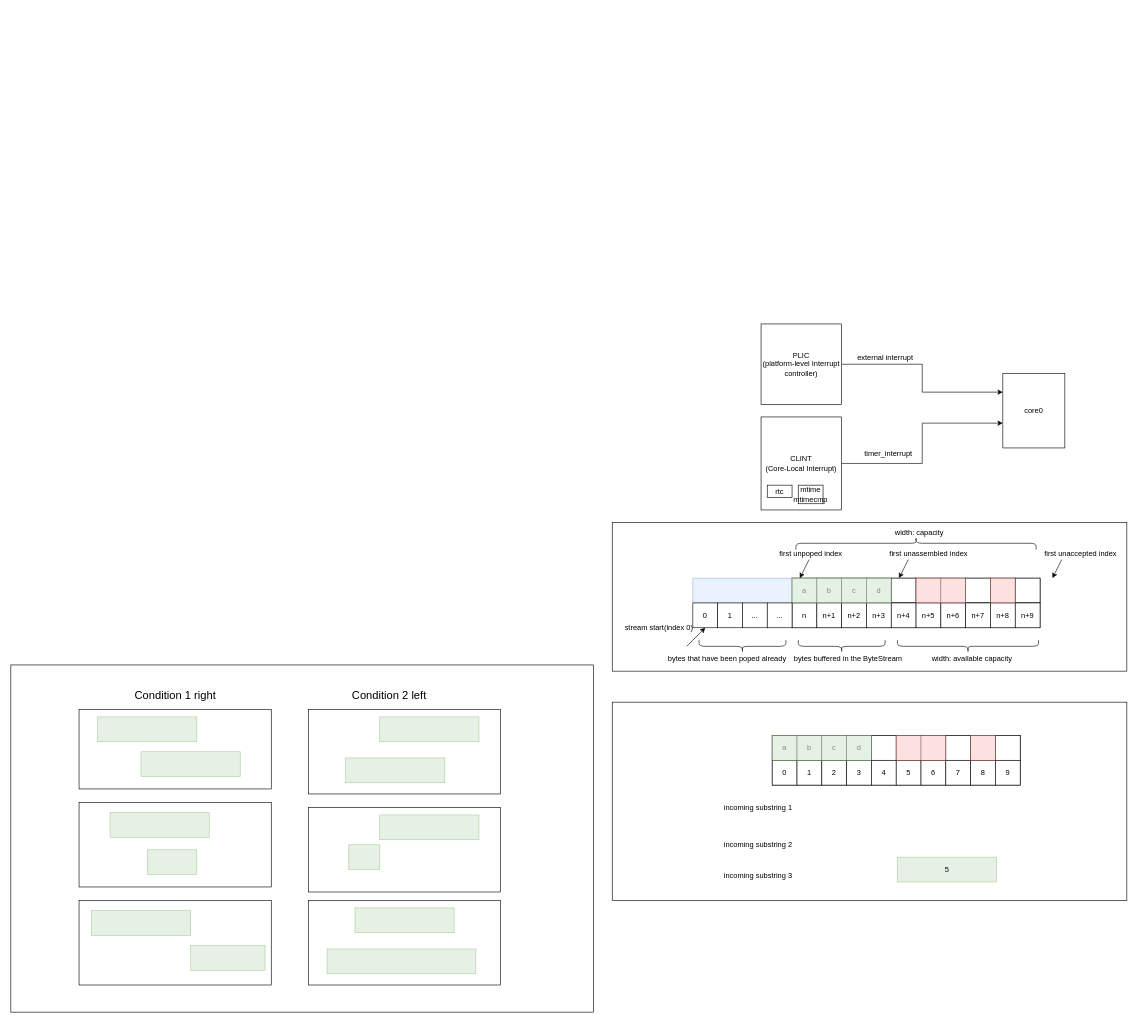
Earlier version of the draw.io diagram minddraw.drawio (Victor-zyy/blog). Source tidied: cells renumbered, new cells numbered last; positions are measured from the earlier drawing's top-left corner, leaving out a move shared by most shapes. Both pictures are drawn from the tidied source at 62%, with x=0, y=0 at pixel (11, 324).
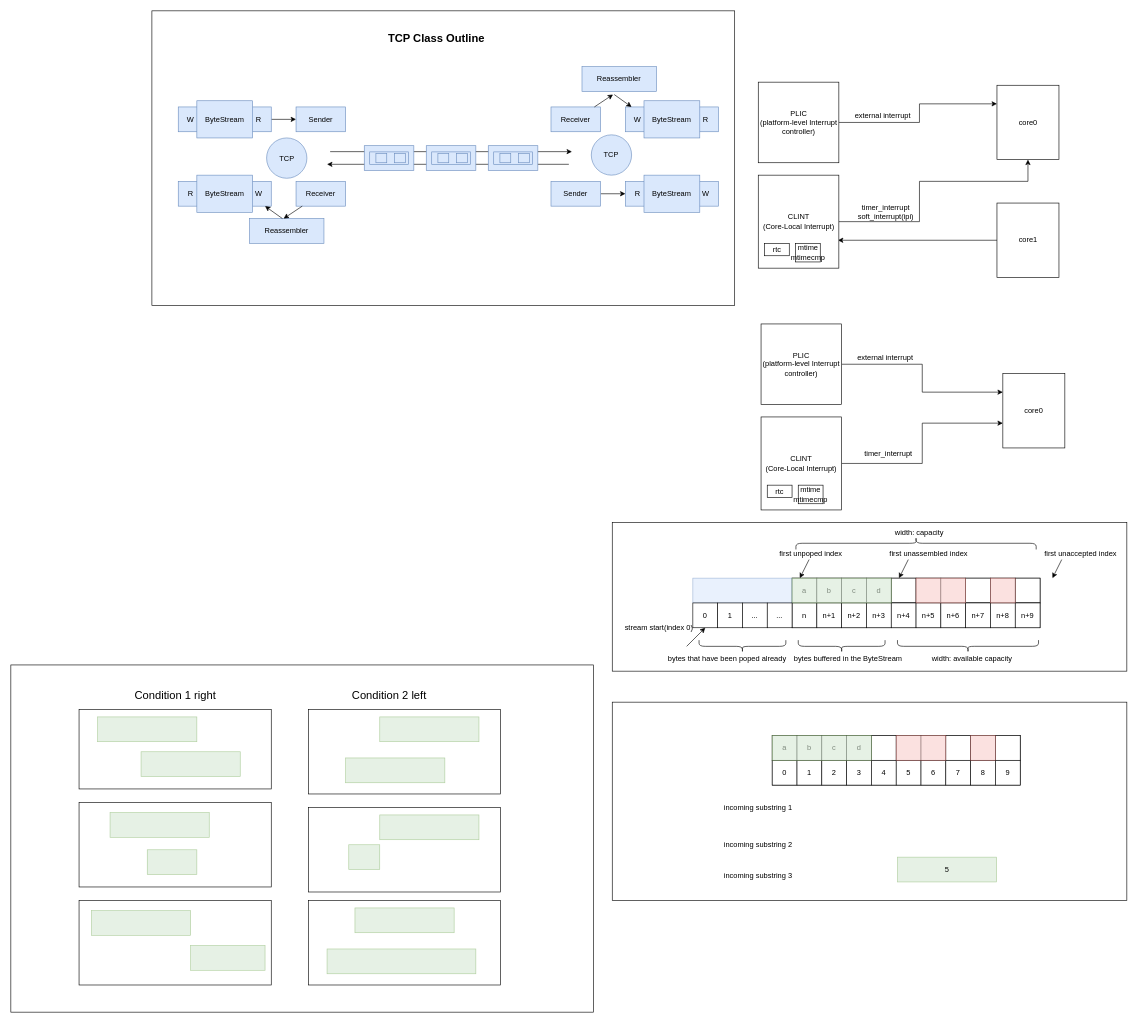
After the change.

The edit, as a diff of the source:
```diff
@@
+    <mxCell id="109" style="whiteSpace=wrap;html=1;" parent="1" vertex="1">
+      <mxGeometry x="227.5" y="-505" width="940" height="475" as="geometry" />
+    </mxCell>
@@
+    <mxCell id="110" style="edgeStyle=orthogonalEdgeStyle;rounded=0;jettySize=auto;html=1;" parent="1" edge="1" source="111">
+      <mxGeometry relative="1" as="geometry">
+        <mxPoint x="1334" y="-135" as="targetPoint" />
+        <Array as="points">
+          <mxPoint x="1334" y="-135" />
+        </Array>
+      </mxGeometry>
+    </mxCell>
+    <mxCell id="111" value="core1" style="whiteSpace=wrap;html=1;" parent="1" vertex="1">
+      <mxGeometry x="1590.5" y="-195" width="100" height="120" as="geometry" />
+    </mxCell>
+    <mxCell id="112" style="edgeStyle=orthogonalEdgeStyle;rounded=0;jettySize=auto;html=1;" parent="1" edge="1" source="113" target="116">
+      <mxGeometry relative="1" as="geometry">
+        <Array as="points">
+          <mxPoint x="1465.5" y="-165" />
+          <mxPoint x="1465.5" y="-230" />
+        </Array>
+      </mxGeometry>
+    </mxCell>
+    <mxCell id="113" value="CLINT&lt;br&gt;(Core-Local Interrupt)" style="whiteSpace=wrap;html=1;" parent="1" vertex="1">
+      <mxGeometry x="1205.5" y="-240" width="130" height="150" as="geometry" />
+    </mxCell>
+    <mxCell id="114" value="mtime&lt;br&gt;mtimecmp" style="rounded=0;whiteSpace=wrap;html=1;" parent="1" vertex="1">
+      <mxGeometry x="1265.5" y="-130" width="40" height="30" as="geometry" />
+    </mxCell>
+    <mxCell id="115" value="rtc" style="rounded=0;whiteSpace=wrap;html=1;" parent="1" vertex="1">
+      <mxGeometry x="1215.5" y="-130" width="40" height="20" as="geometry" />
+    </mxCell>
+    <mxCell id="116" value="core0" style="whiteSpace=wrap;html=1;" parent="1" vertex="1">
+      <mxGeometry x="1590.5" y="-385" width="100" height="120" as="geometry" />
+    </mxCell>
+    <mxCell id="117" value="timer_interrupt&lt;br&gt;soft_interrupt(ipi)" style="text;html=1;align=center;verticalAlign=middle;" parent="1" vertex="1">
+      <mxGeometry x="1355.5" y="-195" width="110" height="30" as="geometry" />
+    </mxCell>
+    <mxCell id="118" style="edgeStyle=orthogonalEdgeStyle;rounded=0;jettySize=auto;html=1;entryX=0;entryY=0.25;entryDx=0;entryDy=0;" parent="1" edge="1" source="119" target="116">
+      <mxGeometry relative="1" as="geometry">
+        <Array as="points">
+          <mxPoint x="1465.5" y="-325" />
+          <mxPoint x="1465.5" y="-355" />
+        </Array>
+      </mxGeometry>
+    </mxCell>
+    <mxCell id="119" value="PLIC&lt;br&gt;(platform-level Interrupt controller)" style="whiteSpace=wrap;html=1;" parent="1" vertex="1">
+      <mxGeometry x="1205.5" y="-390" width="130" height="130" as="geometry" />
+    </mxCell>
+    <mxCell id="120" value="external interrupt" style="text;html=1;align=center;verticalAlign=middle;" parent="1" vertex="1">
+      <mxGeometry x="1350.5" y="-345" width="110" height="20" as="geometry" />
+    </mxCell>
+    <mxCell id="121" value="W" style="whiteSpace=wrap;html=1;fillColor=#dae8fc;strokeColor=#6c8ebf;" parent="1" vertex="1">
+      <mxGeometry x="270" y="-350" width="40" height="40" as="geometry" />
+    </mxCell>
+    <mxCell id="122" style="edgeStyle=orthogonalEdgeStyle;rounded=0;jettySize=auto;html=1;" parent="1" edge="1" source="123" target="129">
+      <mxGeometry relative="1" as="geometry" />
+    </mxCell>
+    <mxCell id="123" value="R" style="whiteSpace=wrap;html=1;fillColor=#dae8fc;strokeColor=#6c8ebf;" parent="1" vertex="1">
+      <mxGeometry x="380" y="-350" width="40" height="40" as="geometry" />
+    </mxCell>
+    <mxCell id="124" value="ByteStream" style="rounded=0;whiteSpace=wrap;html=1;fillColor=#dae8fc;strokeColor=#6c8ebf;" parent="1" vertex="1">
+      <mxGeometry x="300" y="-360" width="90" height="60" as="geometry" />
+    </mxCell>
+    <mxCell id="125" value="R" style="whiteSpace=wrap;html=1;fillColor=#dae8fc;strokeColor=#6c8ebf;" parent="1" vertex="1">
+      <mxGeometry x="270" y="-230" width="40" height="40" as="geometry" />
+    </mxCell>
+    <mxCell id="126" value="W" style="whiteSpace=wrap;html=1;fillColor=#dae8fc;strokeColor=#6c8ebf;" parent="1" vertex="1">
+      <mxGeometry x="380" y="-230" width="40" height="40" as="geometry" />
+    </mxCell>
+    <mxCell id="127" value="ByteStream" style="rounded=0;whiteSpace=wrap;html=1;fillColor=#dae8fc;strokeColor=#6c8ebf;" parent="1" vertex="1">
+      <mxGeometry x="300" y="-240" width="90" height="60" as="geometry" />
+    </mxCell>
+    <mxCell id="128" value="Receiver" style="rounded=0;whiteSpace=wrap;html=1;fillColor=#dae8fc;strokeColor=#6c8ebf;" parent="1" vertex="1">
+      <mxGeometry x="460" y="-230" width="80" height="40" as="geometry" />
+    </mxCell>
+    <mxCell id="129" value="Sender" style="rounded=0;whiteSpace=wrap;html=1;fillColor=#dae8fc;strokeColor=#6c8ebf;" parent="1" vertex="1">
+      <mxGeometry x="460" y="-350" width="80" height="40" as="geometry" />
+    </mxCell>
+    <mxCell id="130" value="TCP" style="ellipse;whiteSpace=wrap;html=1;fillColor=#dae8fc;strokeColor=#6c8ebf;" parent="1" vertex="1">
+      <mxGeometry x="412.5" y="-300" width="65" height="65" as="geometry" />
+    </mxCell>
+    <mxCell id="131" value="Reassembler" style="rounded=0;whiteSpace=wrap;html=1;fillColor=#dae8fc;strokeColor=#6c8ebf;" parent="1" vertex="1">
+      <mxGeometry x="385" y="-170" width="120" height="40" as="geometry" />
+    </mxCell>
+    <mxCell id="132" style="endArrow=classic;html=1;" parent="1" edge="1">
+      <mxGeometry relative="1" as="geometry">
+        <mxPoint x="470" y="-190" as="sourcePoint" />
+        <mxPoint x="440" y="-170" as="targetPoint" />
+      </mxGeometry>
+    </mxCell>
+    <mxCell id="133" style="endArrow=classic;html=1;entryX=0.75;entryY=1;entryDx=0;entryDy=0;" parent="1" edge="1" target="126">
+      <mxGeometry relative="1" as="geometry">
+        <mxPoint x="438" y="-170" as="sourcePoint" />
+      </mxGeometry>
+    </mxCell>
+    <mxCell id="134" value="W" style="whiteSpace=wrap;html=1;fillColor=#dae8fc;strokeColor=#6c8ebf;" parent="1" vertex="1">
+      <mxGeometry x="991.2" y="-350" width="40" height="40" as="geometry" />
+    </mxCell>
+    <mxCell id="135" value="R" style="whiteSpace=wrap;html=1;fillColor=#dae8fc;strokeColor=#6c8ebf;" parent="1" vertex="1">
+      <mxGeometry x="1101.2" y="-350" width="40" height="40" as="geometry" />
+    </mxCell>
+    <mxCell id="136" value="ByteStream" style="rounded=0;whiteSpace=wrap;html=1;fillColor=#dae8fc;strokeColor=#6c8ebf;" parent="1" vertex="1">
+      <mxGeometry x="1021.2" y="-360" width="90" height="60" as="geometry" />
+    </mxCell>
+    <mxCell id="137" value="Receiver" style="rounded=0;whiteSpace=wrap;html=1;fillColor=#dae8fc;strokeColor=#6c8ebf;" parent="1" vertex="1">
+      <mxGeometry x="871.2" y="-350" width="80" height="40" as="geometry" />
+    </mxCell>
+    <mxCell id="138" value="Reassembler" style="rounded=0;whiteSpace=wrap;html=1;fillColor=#dae8fc;strokeColor=#6c8ebf;" parent="1" vertex="1">
+      <mxGeometry x="921.2" y="-415" width="120" height="40" as="geometry" />
+    </mxCell>
+    <mxCell id="139" style="endArrow=none;html=1;endFill=0;startArrow=classic;startFill=1;" parent="1" edge="1">
+      <mxGeometry relative="1" as="geometry">
+        <mxPoint x="971.2" y="-370" as="sourcePoint" />
+        <mxPoint x="941.2" y="-350" as="targetPoint" />
+      </mxGeometry>
+    </mxCell>
+    <mxCell id="140" style="endArrow=none;html=1;entryX=0.75;entryY=1;entryDx=0;entryDy=0;endFill=0;startArrow=classic;startFill=1;" parent="1" edge="1">
+      <mxGeometry relative="1" as="geometry">
+        <mxPoint x="1001.2" y="-350" as="sourcePoint" />
+        <mxPoint x="973.2" y="-370" as="targetPoint" />
+      </mxGeometry>
+    </mxCell>
+    <mxCell id="141" style="edgeStyle=orthogonalEdgeStyle;rounded=0;jettySize=auto;html=1;startArrow=classic;startFill=1;endArrow=none;endFill=0;" parent="1" edge="1" source="142" target="145">
+      <mxGeometry relative="1" as="geometry" />
+    </mxCell>
+    <mxCell id="142" value="R" style="whiteSpace=wrap;html=1;fillColor=#dae8fc;strokeColor=#6c8ebf;" parent="1" vertex="1">
+      <mxGeometry x="991.2" y="-230" width="40" height="40" as="geometry" />
+    </mxCell>
+    <mxCell id="143" value="W" style="whiteSpace=wrap;html=1;fillColor=#dae8fc;strokeColor=#6c8ebf;" parent="1" vertex="1">
+      <mxGeometry x="1101.2" y="-230" width="40" height="40" as="geometry" />
+    </mxCell>
+    <mxCell id="144" value="ByteStream" style="rounded=0;whiteSpace=wrap;html=1;fillColor=#dae8fc;strokeColor=#6c8ebf;" parent="1" vertex="1">
+      <mxGeometry x="1021.2" y="-240" width="90" height="60" as="geometry" />
+    </mxCell>
+    <mxCell id="145" value="Sender" style="rounded=0;whiteSpace=wrap;html=1;fillColor=#dae8fc;strokeColor=#6c8ebf;" parent="1" vertex="1">
+      <mxGeometry x="871.2" y="-230" width="80" height="40" as="geometry" />
+    </mxCell>
+    <mxCell id="146" value="TCP" style="ellipse;whiteSpace=wrap;html=1;fillColor=#dae8fc;strokeColor=#6c8ebf;" parent="1" vertex="1">
+      <mxGeometry x="936.2" y="-305" width="65" height="65" as="geometry" />
+    </mxCell>
+    <mxCell id="147" style="endArrow=classic;html=1;" parent="1" edge="1">
+      <mxGeometry relative="1" as="geometry">
+        <mxPoint x="515" y="-277.9" as="sourcePoint" />
+        <mxPoint x="905" y="-277.9" as="targetPoint" />
+      </mxGeometry>
+    </mxCell>
+    <mxCell id="148" style="endArrow=none;html=1;startArrow=classic;startFill=1;endFill=0;" parent="1" edge="1">
+      <mxGeometry relative="1" as="geometry">
+        <mxPoint x="510" y="-257.5" as="sourcePoint" />
+        <mxPoint x="900" y="-257.5" as="targetPoint" />
+      </mxGeometry>
+    </mxCell>
+    <mxCell id="149" style="rounded=0;whiteSpace=wrap;html=1;fillColor=#dae8fc;strokeColor=#6c8ebf;" parent="1" vertex="1">
+      <mxGeometry x="570" y="-287.5" width="80" height="40" as="geometry" />
+    </mxCell>
+    <mxCell id="150" style="rounded=0;whiteSpace=wrap;html=1;fillColor=#dae8fc;strokeColor=#6c8ebf;" parent="1" vertex="1">
+      <mxGeometry x="670" y="-287.5" width="80" height="40" as="geometry" />
+    </mxCell>
+    <mxCell id="151" style="rounded=0;whiteSpace=wrap;html=1;fillColor=#dae8fc;strokeColor=#6c8ebf;" parent="1" vertex="1">
+      <mxGeometry x="770" y="-287.5" width="80" height="40" as="geometry" />
+    </mxCell>
+    <mxCell id="152" style="rounded=0;whiteSpace=wrap;html=1;fillColor=#dae8fc;strokeColor=#6c8ebf;" parent="1" vertex="1">
+      <mxGeometry x="578.8" y="-277.5" width="62.5" height="20" as="geometry" />
+    </mxCell>
+    <mxCell id="153" style="rounded=0;whiteSpace=wrap;html=1;fillColor=#dae8fc;strokeColor=#6c8ebf;" parent="1" vertex="1">
+      <mxGeometry x="618.8" y="-275" width="17.5" height="15" as="geometry" />
+    </mxCell>
+    <mxCell id="154" style="rounded=0;whiteSpace=wrap;html=1;fillColor=#dae8fc;strokeColor=#6c8ebf;" parent="1" vertex="1">
+      <mxGeometry x="588.8" y="-275" width="17.5" height="15" as="geometry" />
+    </mxCell>
+    <mxCell id="155" style="rounded=0;whiteSpace=wrap;html=1;fillColor=#dae8fc;strokeColor=#6c8ebf;" parent="1" vertex="1">
+      <mxGeometry x="678.8" y="-277.5" width="62.5" height="20" as="geometry" />
+    </mxCell>
+    <mxCell id="156" style="rounded=0;whiteSpace=wrap;html=1;fillColor=#dae8fc;strokeColor=#6c8ebf;" parent="1" vertex="1">
+      <mxGeometry x="688.8" y="-275" width="17.5" height="15" as="geometry" />
+    </mxCell>
+    <mxCell id="157" style="rounded=0;whiteSpace=wrap;html=1;fillColor=#dae8fc;strokeColor=#6c8ebf;" parent="1" vertex="1">
+      <mxGeometry x="718.8" y="-275" width="17.5" height="15" as="geometry" />
+    </mxCell>
+    <mxCell id="158" style="rounded=0;whiteSpace=wrap;html=1;fillColor=#dae8fc;strokeColor=#6c8ebf;" parent="1" vertex="1">
+      <mxGeometry x="778.8" y="-277.5" width="62.5" height="20" as="geometry" />
+    </mxCell>
+    <mxCell id="159" style="rounded=0;whiteSpace=wrap;html=1;fillColor=#dae8fc;strokeColor=#6c8ebf;" parent="1" vertex="1">
+      <mxGeometry x="788.8" y="-275" width="17.5" height="15" as="geometry" />
+    </mxCell>
+    <mxCell id="160" style="rounded=0;whiteSpace=wrap;html=1;fillColor=#dae8fc;strokeColor=#6c8ebf;" parent="1" vertex="1">
+      <mxGeometry x="818.8" y="-275" width="17.5" height="15" as="geometry" />
+    </mxCell>
+    <mxCell id="161" value="&lt;font style=&quot;font-size: 18px&quot;&gt;&lt;b&gt;TCP Class Outline&lt;/b&gt;&lt;/font&gt;" style="text;html=1;align=center;verticalAlign=middle;" parent="1" vertex="1">
+      <mxGeometry x="601.2" y="-470" width="170" height="20" as="geometry" />
+    </mxCell>
```
